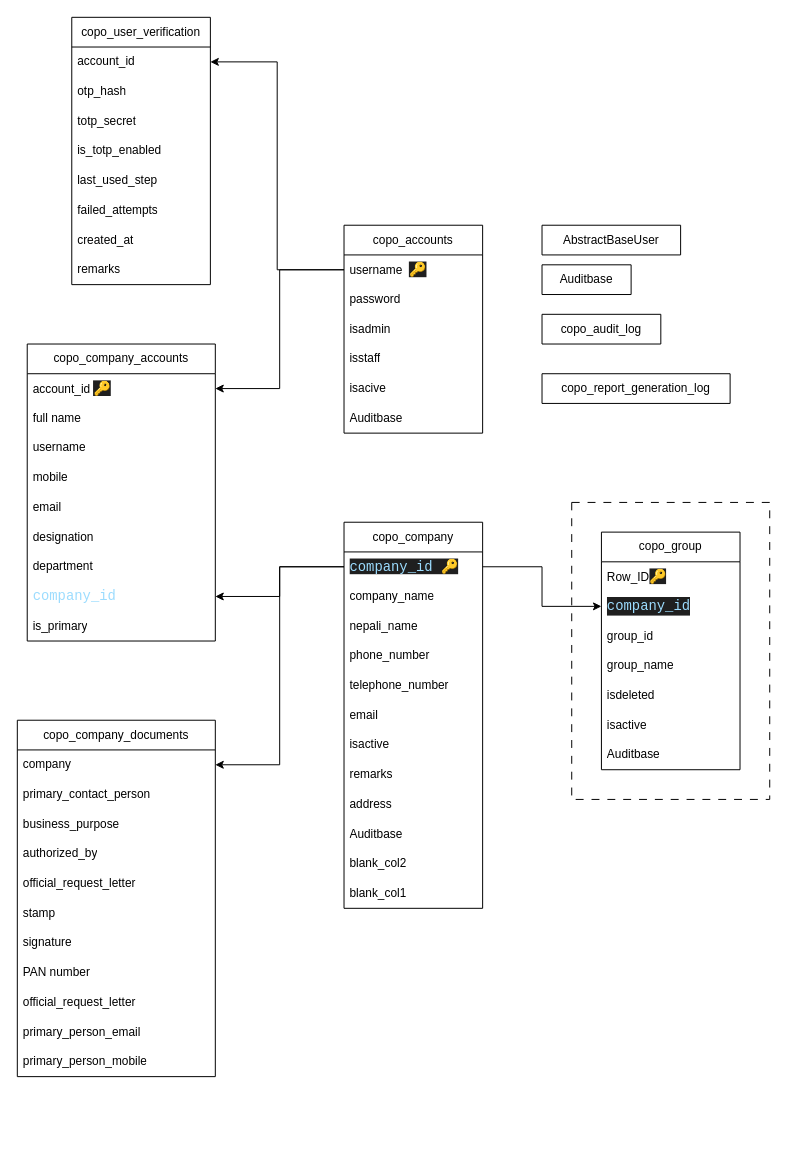
This is Documentation/ER Diagram.drawio from rjbcl/corporate-rjbcl-portal, a draw.io file, before an edit. Source tidied: cells renumbered, new cells numbered last; positions are measured from the earlier drawing's top-left corner, leaving out a move shared by most shapes. Both pictures are drawn from the tidied source at 99%, with x=0, y=0 at pixel (17, 17).
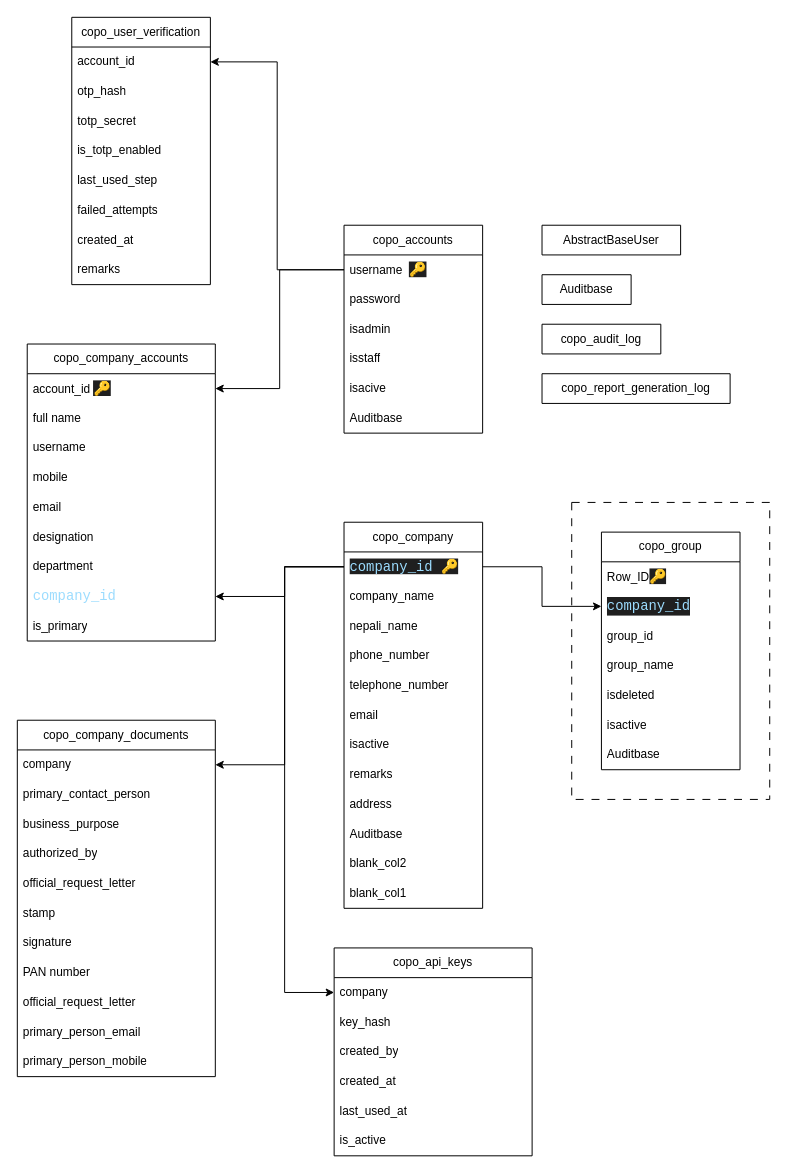
The same page after the edit.

The change refers to these unchanged cells:
```xml
<mxCell id="10" value="&lt;span style=&quot;color: rgb(191, 191, 191); font-family: Arial, sans-serif; font-size: 14px; background-color: rgb(31, 31, 31);&quot;&gt;&lt;span style=&quot;color: rgb(156, 220, 254); font-family: Consolas, &amp;quot;Courier New&amp;quot;, monospace; white-space: pre;&quot;&gt;company_id &lt;/span&gt;🔑&lt;/span&gt;" style="text;strokeColor=none;fillColor=none;align=left;verticalAlign=middle;spacingLeft=4;spacingRight=4;overflow=hidden;points=[[0,0.5],[1,0.5]];portConstraint=eastwest;whiteSpace=wrap;html=1;" parent="9" vertex="1">
  <mxGeometry y="30" width="140" height="30" as="geometry" />
</mxCell>
<mxCell id="43" value="&lt;span style=&quot;font-size: 14px; color: rgb(156, 220, 254); font-family: Consolas, &amp;quot;Courier New&amp;quot;, monospace; white-space: pre;&quot;&gt;company_id&lt;/span&gt;" style="text;strokeColor=none;fillColor=none;align=left;verticalAlign=middle;spacingLeft=4;spacingRight=4;overflow=hidden;points=[[0,0.5],[1,0.5]];portConstraint=eastwest;whiteSpace=wrap;html=1;" parent="35" vertex="1">
  <mxGeometry y="240" width="190" height="30" as="geometry" />
</mxCell>
<mxCell id="58" value="company" style="text;strokeColor=none;fillColor=none;align=left;verticalAlign=middle;spacingLeft=4;spacingRight=4;overflow=hidden;points=[[0,0.5],[1,0.5]];portConstraint=eastwest;whiteSpace=wrap;html=1;" parent="57" vertex="1">
  <mxGeometry y="30" width="200" height="30" as="geometry" />
</mxCell>
```

What changed in the source:
```diff
@@
     <mxCell id="22" value="Auditbase" style="swimlane;fontStyle=0;horizontal=1;startSize=30;whiteSpace=wrap;html=1;" parent="1" vertex="1" collapsed="1">
-      <mxGeometry x="530" y="250" width="90" height="30" as="geometry" />
+      <mxGeometry x="530" y="260" width="90" height="30" as="geometry" />
     </mxCell>
@@
     <mxCell id="24" value="copo_audit_log" style="swimlane;fontStyle=0;horizontal=1;startSize=30;whiteSpace=wrap;html=1;" parent="1" vertex="1" collapsed="1">
-      <mxGeometry x="530" y="300" width="120" height="30" as="geometry" />
+      <mxGeometry x="530" y="310" width="120" height="30" as="geometry" />
     </mxCell>
@@
     <mxCell id="55" style="edgeStyle=orthogonalEdgeStyle;rounded=0;jettySize=auto;html=1;exitX=0;exitY=0.5;exitDx=0;exitDy=0;entryX=1;entryY=0.5;entryDx=0;entryDy=0;" parent="1" edge="1" source="10" target="43">
-      <mxGeometry relative="1" as="geometry" />
+      <mxGeometry relative="1" as="geometry">
+        <Array as="points">
+          <mxPoint x="270" y="555" />
+          <mxPoint x="270" y="585" />
+        </Array>
+      </mxGeometry>
     </mxCell>
@@
     <mxCell id="69" style="edgeStyle=orthogonalEdgeStyle;rounded=0;jettySize=auto;html=1;" parent="1" edge="1" source="10" target="58">
-      <mxGeometry relative="1" as="geometry" />
+      <mxGeometry relative="1" as="geometry">
+        <Array as="points">
+          <mxPoint x="270" y="555" />
+          <mxPoint x="270" y="755" />
+        </Array>
+      </mxGeometry>
     </mxCell>
@@
+    <mxCell id="72" value="copo_api_keys" style="swimlane;fontStyle=0;horizontal=1;startSize=30;whiteSpace=wrap;html=1;" parent="1" vertex="1">
+      <mxGeometry x="320" y="940" width="200" height="210" as="geometry" />
+    </mxCell>
+    <mxCell id="73" value="company" style="text;strokeColor=none;fillColor=none;align=left;verticalAlign=middle;spacingLeft=4;spacingRight=4;overflow=hidden;points=[[0,0.5],[1,0.5]];portConstraint=eastwest;whiteSpace=wrap;html=1;" parent="72" vertex="1">
+      <mxGeometry y="30" width="200" height="30" as="geometry" />
+    </mxCell>
+    <mxCell id="74" value="key_hash" style="text;strokeColor=none;fillColor=none;align=left;verticalAlign=middle;spacingLeft=4;spacingRight=4;overflow=hidden;whiteSpace=wrap;html=1;" parent="72" vertex="1">
+      <mxGeometry y="60" width="200" height="30" as="geometry" />
+    </mxCell>
+    <mxCell id="75" value="created_by" style="text;strokeColor=none;fillColor=none;align=left;verticalAlign=middle;spacingLeft=4;spacingRight=4;overflow=hidden;whiteSpace=wrap;html=1;" parent="72" vertex="1">
+      <mxGeometry y="90" width="200" height="30" as="geometry" />
+    </mxCell>
+    <mxCell id="76" value="created_at" style="text;strokeColor=none;fillColor=none;align=left;verticalAlign=middle;spacingLeft=4;spacingRight=4;overflow=hidden;whiteSpace=wrap;html=1;" parent="72" vertex="1">
+      <mxGeometry y="120" width="200" height="30" as="geometry" />
+    </mxCell>
+    <mxCell id="77" value="last_used_at" style="text;strokeColor=none;fillColor=none;align=left;verticalAlign=middle;spacingLeft=4;spacingRight=4;overflow=hidden;whiteSpace=wrap;html=1;" parent="72" vertex="1">
+      <mxGeometry y="150" width="200" height="30" as="geometry" />
+    </mxCell>
+    <mxCell id="78" value="is_active" style="text;strokeColor=none;fillColor=none;align=left;verticalAlign=middle;spacingLeft=4;spacingRight=4;overflow=hidden;whiteSpace=wrap;html=1;" parent="72" vertex="1">
+      <mxGeometry y="180" width="200" height="30" as="geometry" />
+    </mxCell>
+    <mxCell id="79" style="edgeStyle=orthogonalEdgeStyle;rounded=0;jettySize=auto;html=1;entryX=0;entryY=0.5;entryDx=0;entryDy=0;" parent="1" edge="1" source="10" target="73">
+      <mxGeometry relative="1" as="geometry">
+        <Array as="points">
+          <mxPoint x="270" y="555" />
+          <mxPoint x="270" y="985" />
+        </Array>
+      </mxGeometry>
+    </mxCell>
```
